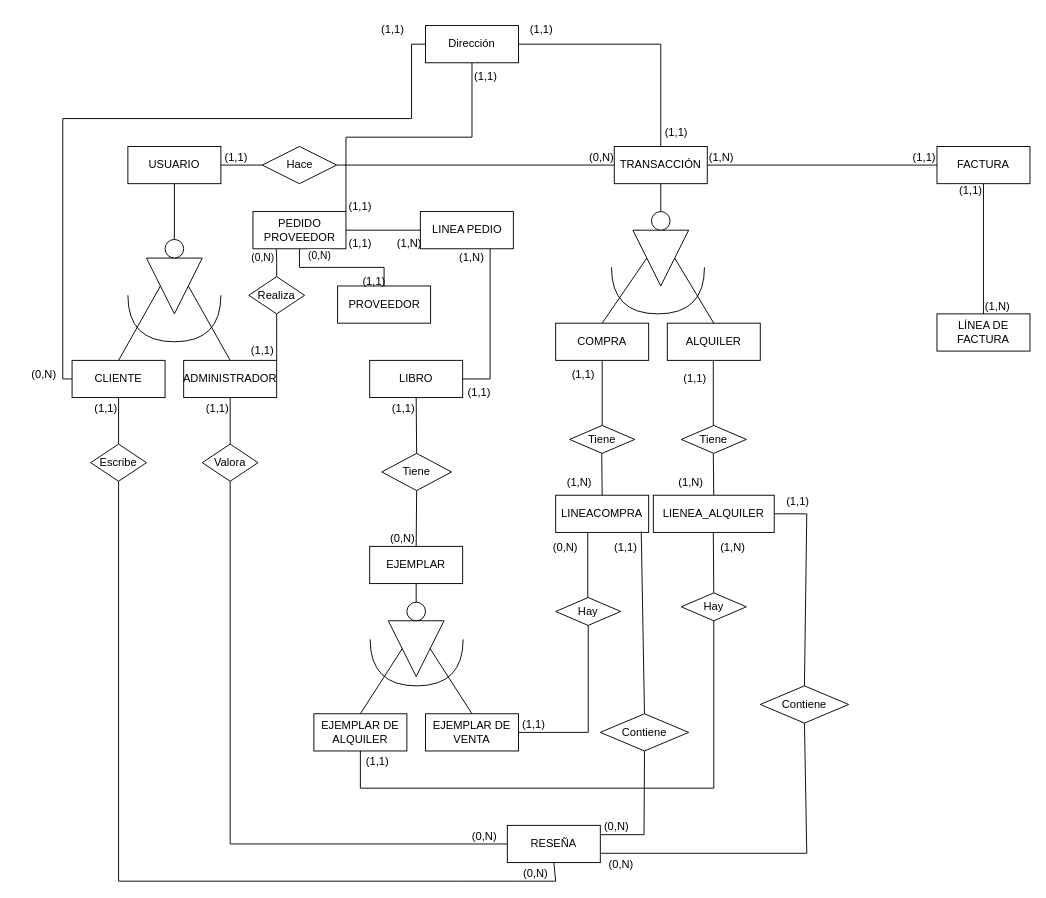
The draw.io diagram Diagrama sin título.drawio in ImAlex28/draw.io, before the edit. Source tidied: cells renumbered, new cells numbered last; positions are measured from the earlier drawing's top-left corner, leaving out a move shared by most shapes. Both pictures are drawn from the tidied source at 93%, with x=0, y=0 at pixel (16, 16).
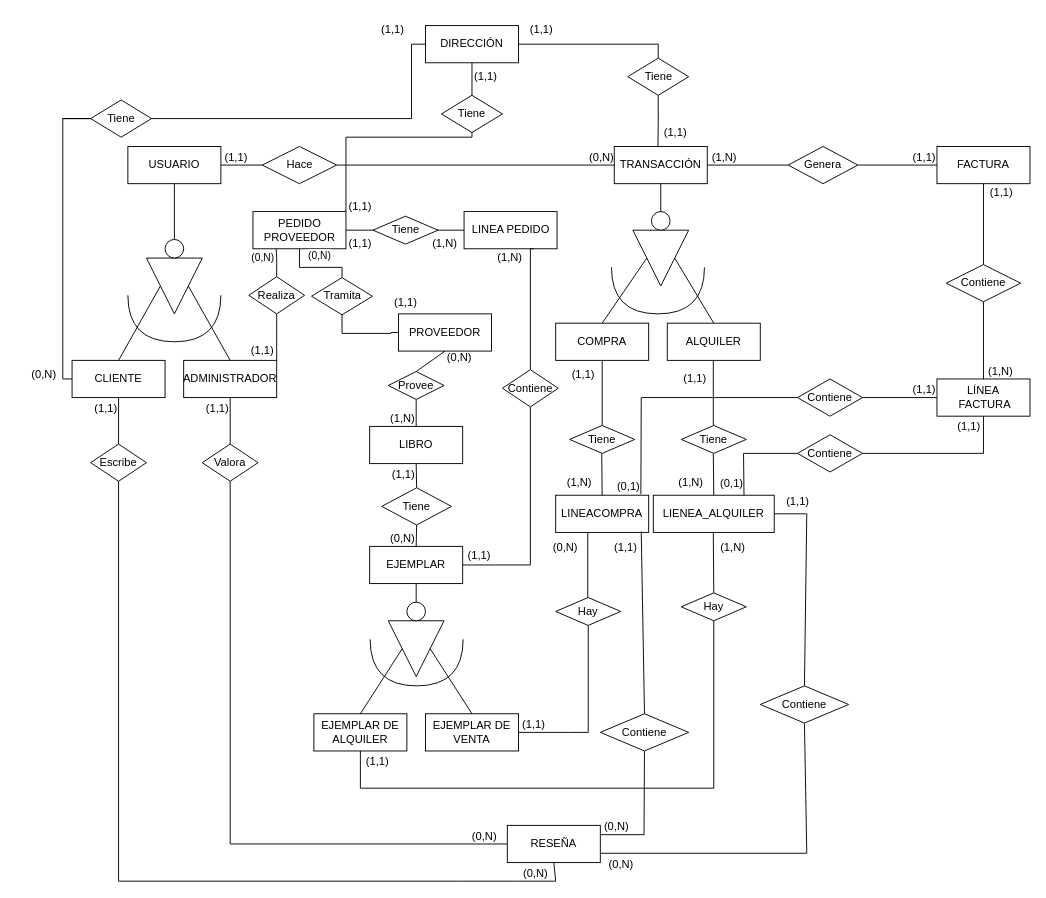
After the change.

The change refers to these unchanged cells:
```xml
<mxCell id="3" value="EJEMPLAR" style="whiteSpace=wrap;html=1;align=center;" parent="1" vertex="1">
  <mxGeometry x="380" y="570" width="100" height="40" as="geometry" />
</mxCell>
<mxCell id="9" value="CLIENTE" style="whiteSpace=wrap;html=1;align=center;" parent="1" vertex="1">
  <mxGeometry x="60" y="370" width="100" height="40" as="geometry" />
</mxCell>
<mxCell id="26" value="TRANSACCIÓN" style="whiteSpace=wrap;html=1;align=center;" parent="1" vertex="1">
  <mxGeometry x="643" y="140" width="100" height="40" as="geometry" />
</mxCell>
<mxCell id="59" value="FACTURA" style="whiteSpace=wrap;html=1;align=center;" parent="1" vertex="1">
  <mxGeometry x="990" y="140" width="100" height="40" as="geometry" />
</mxCell>
<mxCell id="70" value="PEDIDO PROVEEDOR" style="whiteSpace=wrap;html=1;align=center;" parent="1" vertex="1">
  <mxGeometry x="254.5" y="210" width="100" height="40" as="geometry" />
</mxCell>
<mxCell id="93" value="LINEACOMPRA" style="whiteSpace=wrap;html=1;align=center;" parent="1" vertex="1">
  <mxGeometry x="580" y="515" width="100" height="40" as="geometry" />
</mxCell>
<mxCell id="94" value="LIENEA_ALQUILER" style="whiteSpace=wrap;html=1;align=center;" parent="1" vertex="1">
  <mxGeometry x="685" y="515" width="130" height="40" as="geometry" />
</mxCell>
```

Diff of the diagram source:
```diff
@@
     <mxCell id="2" value="LIBRO" style="whiteSpace=wrap;html=1;align=center;" parent="1" vertex="1">
-      <mxGeometry x="380" y="370" width="100" height="40" as="geometry" />
+      <mxGeometry x="380" y="441" width="100" height="40" as="geometry" />
     </mxCell>
@@
-    <mxCell id="8" style="edgeStyle=orthogonalEdgeStyle;rounded=0;jettySize=auto;html=1;exitX=0;exitY=0.5;exitDx=0;exitDy=0;entryX=0;entryY=0.5;entryDx=0;entryDy=0;endArrow=none;startFill=0;" parent="1" edge="1" source="9" target="83">
+    <mxCell id="8" style="edgeStyle=orthogonalEdgeStyle;rounded=0;jettySize=auto;html=1;exitX=0;exitY=0.5;exitDx=0;exitDy=0;entryX=0;entryY=0.5;entryDx=0;entryDy=0;endArrow=none;startFill=0;" parent="1" edge="1" source="139" target="83">
       <mxGeometry relative="1" as="geometry">
         <Array as="points">
-          <mxPoint x="50" y="390" />
           <mxPoint x="50" y="110" />
           <mxPoint x="425" y="110" />
           <mxPoint x="425" y="30" />
         </Array>
       </mxGeometry>
     </mxCell>
@@
     <mxCell id="21" value="Tiene" style="shape=rhombus;perimeter=rhombusPerimeter;whiteSpace=wrap;html=1;align=center;" parent="1" vertex="1">
-      <mxGeometry x="393" y="470" width="75" height="40" as="geometry" />
+      <mxGeometry x="393" y="507" width="75" height="40" as="geometry" />
     </mxCell>
@@
-    <mxCell id="60" style="endArrow=none;html=1;rounded=0;entryX=0;entryY=0.5;entryDx=0;entryDy=0;" parent="1" edge="1" source="26" target="59">
-      <mxGeometry relative="1" as="geometry" />
-    </mxCell>
-    <mxCell id="61" value="(1,N)" style="html=1;whiteSpace=wrap;align=left;verticalAlign=bottom;" parent="60" vertex="1">
-      <mxGeometry x="-1" relative="1" as="geometry" />
-    </mxCell>
-    <mxCell id="62" value="(1,1)" style="html=1;whiteSpace=wrap;align=right;verticalAlign=bottom;" parent="60" vertex="1">
-      <mxGeometry x="1" relative="1" as="geometry" />
-    </mxCell>
-    <mxCell id="63" value="LÍNEA DE FACTURA" style="whiteSpace=wrap;html=1;align=center;" parent="1" vertex="1">
-      <mxGeometry x="990" y="320" width="100" height="40" as="geometry" />
+    <mxCell id="63" value="LÍNEA&lt;div&gt;&amp;nbsp;FACTURA&lt;/div&gt;" style="whiteSpace=wrap;html=1;align=center;" parent="1" vertex="1">
+      <mxGeometry x="990" y="390" width="100" height="40" as="geometry" />
     </mxCell>
-    <mxCell id="64" style="endArrow=none;html=1;rounded=0;entryX=0.5;entryY=1;entryDx=0;entryDy=0;exitX=0.5;exitY=0;exitDx=0;exitDy=0;" parent="1" edge="1" source="63" target="59">
-      <mxGeometry relative="1" as="geometry" />
-    </mxCell>
-    <mxCell id="65" value="(1,N)" style="html=1;whiteSpace=wrap;align=left;verticalAlign=bottom;" parent="64" vertex="1">
-      <mxGeometry x="-1" relative="1" as="geometry" />
-    </mxCell>
-    <mxCell id="66" value="(1,1)" style="html=1;whiteSpace=wrap;align=right;verticalAlign=bottom;" parent="64" vertex="1">
-      <mxGeometry x="1" relative="1" as="geometry">
-        <mxPoint y="16" as="offset" />
-      </mxGeometry>
-    </mxCell>
@@
-    <mxCell id="69" style="edgeStyle=orthogonalEdgeStyle;rounded=0;jettySize=auto;html=1;exitX=0.5;exitY=1;exitDx=0;exitDy=0;endArrow=none;startFill=0;" parent="1" edge="1" source="70" target="90">
+    <mxCell id="69" style="edgeStyle=orthogonalEdgeStyle;rounded=0;jettySize=auto;html=1;exitX=0.5;exitY=1;exitDx=0;exitDy=0;endArrow=none;startFill=0;" parent="1" edge="1" source="147" target="90">
       <mxGeometry relative="1" as="geometry" />
     </mxCell>
@@
-    <mxCell id="76" style="edgeStyle=orthogonalEdgeStyle;rounded=0;jettySize=auto;html=1;exitX=0.75;exitY=1;exitDx=0;exitDy=0;entryX=1;entryY=0.5;entryDx=0;entryDy=0;endArrow=none;startFill=0;" parent="1" edge="1" source="77" target="2">
+    <mxCell id="76" style="edgeStyle=orthogonalEdgeStyle;rounded=0;jettySize=auto;html=1;exitX=0.5;exitY=1;exitDx=0;exitDy=0;entryX=1;entryY=0.5;entryDx=0;entryDy=0;endArrow=none;startFill=0;" parent="1" edge="1" source="145" target="3">
       <mxGeometry relative="1" as="geometry" />
     </mxCell>
-    <mxCell id="77" value="LINEA PEDIO" style="whiteSpace=wrap;html=1;align=center;" parent="1" vertex="1">
-      <mxGeometry x="434.5" y="210" width="100" height="40" as="geometry" />
+    <mxCell id="77" value="LINEA PEDIDO" style="whiteSpace=wrap;html=1;align=center;" parent="1" vertex="1">
+      <mxGeometry x="481.5" y="210" width="100" height="40" as="geometry" />
     </mxCell>
@@
     <mxCell id="79" value="(1,N)" style="text;html=1;align=center;verticalAlign=middle;whiteSpace=wrap;rounded=0;" parent="1" vertex="1">
-      <mxGeometry x="393" y="230" width="60" height="30" as="geometry" />
+      <mxGeometry x="431" y="230" width="60" height="30" as="geometry" />
     </mxCell>
     <mxCell id="80" value="(1,N)" style="text;html=1;align=center;verticalAlign=middle;whiteSpace=wrap;rounded=0;" parent="1" vertex="1">
-      <mxGeometry x="460" y="245" width="60" height="30" as="geometry" />
+      <mxGeometry x="501" y="245" width="60" height="30" as="geometry" />
     </mxCell>
     <mxCell id="81" value="(1,1&lt;span style=&quot;background-color: transparent; color: light-dark(rgb(0, 0, 0), rgb(255, 255, 255));&quot;&gt;)&lt;/span&gt;" style="text;html=1;align=center;verticalAlign=middle;whiteSpace=wrap;rounded=0;" parent="1" vertex="1">
-      <mxGeometry x="468" y="390" width="60" height="30" as="geometry" />
+      <mxGeometry x="468" y="565" width="60" height="30" as="geometry" />
     </mxCell>
-    <mxCell id="82" style="edgeStyle=orthogonalEdgeStyle;rounded=0;jettySize=auto;html=1;exitX=1;exitY=0.5;exitDx=0;exitDy=0;entryX=0.5;entryY=0;entryDx=0;entryDy=0;endArrow=none;startFill=0;" parent="1" edge="1" source="83" target="26">
-      <mxGeometry relative="1" as="geometry" />
+    <mxCell id="82" style="edgeStyle=orthogonalEdgeStyle;rounded=0;jettySize=auto;html=1;exitX=0.5;exitY=1;exitDx=0;exitDy=0;entryX=0.5;entryY=0;entryDx=0;entryDy=0;endArrow=none;startFill=0;" parent="1" edge="1" source="141" target="26">
+      <mxGeometry relative="1" as="geometry">
+        <Array as="points">
+          <mxPoint x="690" y="113" />
+          <mxPoint x="690" y="140" />
+        </Array>
+      </mxGeometry>
     </mxCell>
-    <mxCell id="83" value="Dirección" style="whiteSpace=wrap;html=1;align=center;" parent="1" vertex="1">
+    <mxCell id="83" value="DIRECCIÓN" style="whiteSpace=wrap;html=1;align=center;" parent="1" vertex="1">
       <mxGeometry x="440" y="10" width="100" height="40" as="geometry" />
     </mxCell>
@@
     <mxCell id="87" value="(1,1)" style="text;html=1;align=center;verticalAlign=middle;whiteSpace=wrap;rounded=0;" parent="1" vertex="1">
-      <mxGeometry x="680" y="110" width="60" height="30" as="geometry" />
+      <mxGeometry x="679" y="110" width="60" height="30" as="geometry" />
     </mxCell>
@@
     <mxCell id="90" value="PROVEEDOR" style="whiteSpace=wrap;html=1;align=center;" parent="1" vertex="1">
-      <mxGeometry x="345.5" y="290" width="100" height="40" as="geometry" />
+      <mxGeometry x="411" y="320" width="100" height="40" as="geometry" />
     </mxCell>
     <mxCell id="91" value="(1,1)" style="text;html=1;align=center;verticalAlign=middle;whiteSpace=wrap;rounded=0;" parent="1" vertex="1">
-      <mxGeometry x="354.5" y="270" width="60" height="30" as="geometry" />
+      <mxGeometry x="388.5" y="293" width="60" height="30" as="geometry" />
     </mxCell>
@@
+    <mxCell id="118" value="Contiene" style="shape=rhombus;perimeter=rhombusPerimeter;whiteSpace=wrap;html=1;align=center;" parent="1" vertex="1">
+      <mxGeometry x="1000" y="267" width="80" height="40" as="geometry" />
+    </mxCell>
+    <mxCell id="119" value="Genera" style="shape=rhombus;perimeter=rhombusPerimeter;whiteSpace=wrap;html=1;align=center;" parent="1" vertex="1">
+      <mxGeometry x="830" y="140" width="75" height="40" as="geometry" />
+    </mxCell>
+    <mxCell id="120" style="endArrow=none;html=1;rounded=0;exitX=0;exitY=0.5;exitDx=0;exitDy=0;entryX=1;entryY=0.5;entryDx=0;entryDy=0;" parent="1" edge="1" source="119" target="26">
+      <mxGeometry relative="1" as="geometry" />
+    </mxCell>
+    <mxCell id="121" value="(1,N)" style="html=1;whiteSpace=wrap;align=right;verticalAlign=bottom;" parent="120" vertex="1">
+      <mxGeometry x="1" relative="1" as="geometry">
+        <mxPoint x="33" as="offset" />
+      </mxGeometry>
+    </mxCell>
+    <mxCell id="122" style="endArrow=none;html=1;rounded=0;entryX=0;entryY=0.5;entryDx=0;entryDy=0;exitX=1;exitY=0.5;exitDx=0;exitDy=0;" parent="1" edge="1" source="119" target="59">
+      <mxGeometry relative="1" as="geometry" />
+    </mxCell>
+    <mxCell id="123" value="(1,1)" style="html=1;whiteSpace=wrap;align=right;verticalAlign=bottom;" parent="122" vertex="1">
+      <mxGeometry x="1" relative="1" as="geometry" />
+    </mxCell>
+    <mxCell id="124" style="endArrow=none;html=1;rounded=0;exitX=0.5;exitY=0;exitDx=0;exitDy=0;entryX=0.5;entryY=1;entryDx=0;entryDy=0;" parent="1" edge="1" source="118" target="59">
+      <mxGeometry relative="1" as="geometry" />
+    </mxCell>
+    <mxCell id="125" value="(1,1)" style="html=1;whiteSpace=wrap;align=right;verticalAlign=bottom;" parent="124" vertex="1">
+      <mxGeometry x="1" relative="1" as="geometry">
+        <mxPoint x="33" y="18" as="offset" />
+      </mxGeometry>
+    </mxCell>
+    <mxCell id="126" style="endArrow=none;html=1;rounded=0;exitX=0.5;exitY=1;exitDx=0;exitDy=0;entryX=0.5;entryY=0;entryDx=0;entryDy=0;" parent="1" edge="1" source="118" target="63">
+      <mxGeometry relative="1" as="geometry" />
+    </mxCell>
+    <mxCell id="127" value="(1,N)" style="html=1;whiteSpace=wrap;align=right;verticalAlign=bottom;" parent="126" vertex="1">
+      <mxGeometry x="1" relative="1" as="geometry">
+        <mxPoint x="33" as="offset" />
+      </mxGeometry>
+    </mxCell>
+    <mxCell id="128" value="Contiene" style="shape=rhombus;perimeter=rhombusPerimeter;whiteSpace=wrap;html=1;align=center;" parent="1" vertex="1">
+      <mxGeometry x="840" y="390" width="70" height="40" as="geometry" />
+    </mxCell>
+    <mxCell id="129" style="endArrow=none;html=1;rounded=0;entryX=0;entryY=0.5;entryDx=0;entryDy=0;exitX=1;exitY=0.5;exitDx=0;exitDy=0;" parent="1" edge="1" source="128" target="63">
+      <mxGeometry relative="1" as="geometry" />
+    </mxCell>
+    <mxCell id="130" value="(1,1)" style="html=1;whiteSpace=wrap;align=right;verticalAlign=bottom;" parent="129" vertex="1">
+      <mxGeometry x="1" relative="1" as="geometry" />
+    </mxCell>
+    <mxCell id="131" style="endArrow=none;html=1;rounded=0;exitX=0;exitY=0.5;exitDx=0;exitDy=0;entryX=0.916;entryY=-0.028;entryDx=0;entryDy=0;entryPerimeter=0;" parent="1" edge="1" source="128" target="93">
+      <mxGeometry relative="1" as="geometry">
+        <Array as="points">
+          <mxPoint x="672" y="410" />
+        </Array>
+      </mxGeometry>
+    </mxCell>
+    <mxCell id="132" value="(0,1)" style="html=1;whiteSpace=wrap;align=right;verticalAlign=bottom;" parent="131" vertex="1">
+      <mxGeometry x="1" relative="1" as="geometry" />
+    </mxCell>
+    <mxCell id="133" value="Contiene" style="shape=rhombus;perimeter=rhombusPerimeter;whiteSpace=wrap;html=1;align=center;" parent="1" vertex="1">
+      <mxGeometry x="840" y="450" width="70" height="40" as="geometry" />
+    </mxCell>
+    <mxCell id="134" style="endArrow=none;html=1;rounded=0;entryX=0.5;entryY=1;entryDx=0;entryDy=0;exitX=1;exitY=0.5;exitDx=0;exitDy=0;" parent="1" edge="1" source="133" target="63">
+      <mxGeometry relative="1" as="geometry">
+        <Array as="points">
+          <mxPoint x="1040" y="470" />
+        </Array>
+      </mxGeometry>
+    </mxCell>
+    <mxCell id="135" value="(1,1)" style="html=1;whiteSpace=wrap;align=right;verticalAlign=bottom;" parent="134" vertex="1">
+      <mxGeometry x="1" relative="1" as="geometry">
+        <mxPoint x="-2" y="19" as="offset" />
+      </mxGeometry>
+    </mxCell>
+    <mxCell id="136" style="endArrow=none;html=1;rounded=0;exitX=0;exitY=0.5;exitDx=0;exitDy=0;entryX=0.75;entryY=0;entryDx=0;entryDy=0;" parent="1" edge="1" source="133" target="94">
+      <mxGeometry relative="1" as="geometry">
+        <Array as="points">
+          <mxPoint x="782" y="470" />
+        </Array>
+      </mxGeometry>
+    </mxCell>
+    <mxCell id="137" value="(0,1)" style="html=1;whiteSpace=wrap;align=right;verticalAlign=bottom;" parent="136" vertex="1">
+      <mxGeometry x="1" relative="1" as="geometry">
+        <mxPoint x="1" y="-4" as="offset" />
+      </mxGeometry>
+    </mxCell>
+    <mxCell id="138" style="edgeStyle=orthogonalEdgeStyle;rounded=0;jettySize=auto;html=1;exitX=0;exitY=0.5;exitDx=0;exitDy=0;entryX=0;entryY=0.5;entryDx=0;entryDy=0;endArrow=none;startFill=0;" parent="1" edge="1" source="9" target="139">
+      <mxGeometry relative="1" as="geometry">
+        <Array as="points">
+          <mxPoint x="50" y="390" />
+        </Array>
+      </mxGeometry>
+    </mxCell>
+    <mxCell id="139" value="Tiene" style="shape=rhombus;perimeter=rhombusPerimeter;whiteSpace=wrap;html=1;align=center;" parent="1" vertex="1">
+      <mxGeometry x="80" y="90" width="65.5" height="40" as="geometry" />
+    </mxCell>
+    <mxCell id="140" style="edgeStyle=orthogonalEdgeStyle;rounded=0;jettySize=auto;html=1;exitX=1;exitY=0.5;exitDx=0;exitDy=0;entryX=0.5;entryY=0;entryDx=0;entryDy=0;endArrow=none;startFill=0;" parent="1" edge="1" source="83" target="141">
+      <mxGeometry relative="1" as="geometry">
+        <Array as="points">
+          <mxPoint x="690" y="30" />
+        </Array>
+      </mxGeometry>
+    </mxCell>
+    <mxCell id="141" value="Tiene" style="shape=rhombus;perimeter=rhombusPerimeter;whiteSpace=wrap;html=1;align=center;" parent="1" vertex="1">
+      <mxGeometry x="657.5" y="45" width="65.5" height="40" as="geometry" />
+    </mxCell>
+    <mxCell id="142" value="Tiene" style="shape=rhombus;perimeter=rhombusPerimeter;whiteSpace=wrap;html=1;align=center;" parent="1" vertex="1">
+      <mxGeometry x="457.2" y="85" width="65.5" height="40" as="geometry" />
+    </mxCell>
+    <mxCell id="143" value="Tiene" style="shape=rhombus;perimeter=rhombusPerimeter;whiteSpace=wrap;html=1;align=center;" parent="1" vertex="1">
+      <mxGeometry x="383.5" y="215" width="70" height="30" as="geometry" />
+    </mxCell>
+    <mxCell id="144" style="edgeStyle=orthogonalEdgeStyle;rounded=0;jettySize=auto;html=1;exitX=0.75;exitY=1;exitDx=0;exitDy=0;entryX=0.5;entryY=0;entryDx=0;entryDy=0;endArrow=none;startFill=0;" parent="1" edge="1" source="77" target="145">
+      <mxGeometry relative="1" as="geometry">
+        <Array as="points">
+          <mxPoint x="553" y="250" />
+        </Array>
+      </mxGeometry>
+    </mxCell>
+    <mxCell id="145" value="Contiene" style="shape=rhombus;perimeter=rhombusPerimeter;whiteSpace=wrap;html=1;align=center;" parent="1" vertex="1">
+      <mxGeometry x="522.8" y="380" width="60" height="40" as="geometry" />
+    </mxCell>
+    <mxCell id="146" style="edgeStyle=orthogonalEdgeStyle;rounded=0;jettySize=auto;html=1;exitX=0.5;exitY=1;exitDx=0;exitDy=0;endArrow=none;startFill=0;" parent="1" edge="1" source="70" target="147">
+      <mxGeometry relative="1" as="geometry" />
+    </mxCell>
+    <mxCell id="147" value="Tramita" style="shape=rhombus;perimeter=rhombusPerimeter;whiteSpace=wrap;html=1;align=center;" parent="1" vertex="1">
+      <mxGeometry x="317.5" y="281" width="65.5" height="40" as="geometry" />
+    </mxCell>
+    <mxCell id="148" style="endArrow=none;html=1;rounded=0;entryX=0.5;entryY=0;entryDx=0;entryDy=0;exitX=0.5;exitY=1;exitDx=0;exitDy=0;" parent="1" edge="1" source="150" target="2">
+      <mxGeometry relative="1" as="geometry" />
+    </mxCell>
+    <mxCell id="149" value="(1,N)" style="html=1;whiteSpace=wrap;align=right;verticalAlign=bottom;" parent="148" vertex="1">
+      <mxGeometry x="1" relative="1" as="geometry" />
+    </mxCell>
+    <mxCell id="150" value="Provee" style="shape=rhombus;perimeter=rhombusPerimeter;whiteSpace=wrap;html=1;align=center;" parent="1" vertex="1">
+      <mxGeometry x="400" y="382" width="60" height="30" as="geometry" />
+    </mxCell>
+    <mxCell id="151" style="endArrow=none;html=1;rounded=0;exitX=0.5;exitY=0;exitDx=0;exitDy=0;entryX=0.5;entryY=1;entryDx=0;entryDy=0;" parent="1" edge="1" source="150" target="90">
+      <mxGeometry relative="1" as="geometry" />
+    </mxCell>
+    <mxCell id="152" value="(0,N)" style="html=1;whiteSpace=wrap;align=right;verticalAlign=bottom;" parent="151" vertex="1">
+      <mxGeometry x="1" relative="1" as="geometry">
+        <mxPoint x="30" y="15" as="offset" />
+      </mxGeometry>
+    </mxCell>
```
